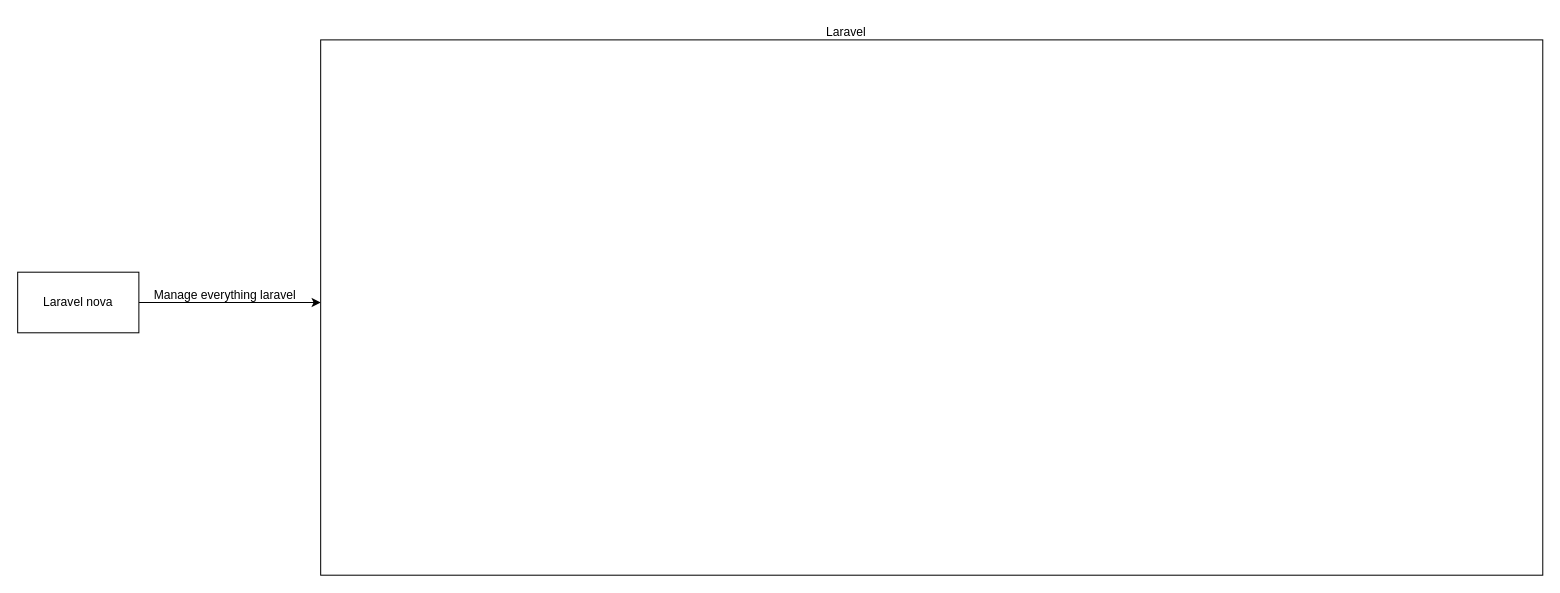
The draw.io diagram laravel_tech_stack.drawio in YSPlop/laravel-learning, before the edit. Source tidied: cells renumbered, new cells numbered last; positions are measured from the earlier drawing's top-left corner, leaving out a move shared by most shapes. Both pictures are drawn from the tidied source at 101%, with x=0, y=0 at pixel (17, 17).
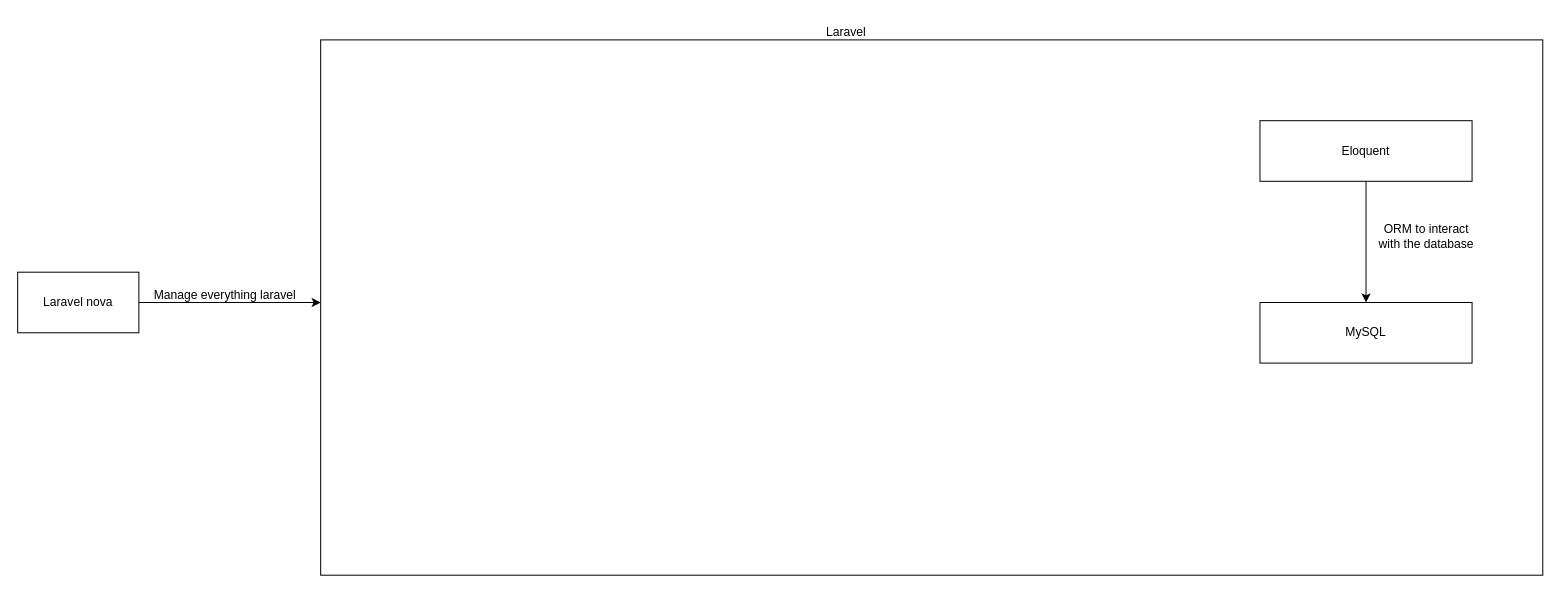
The same page after the edit.

The edit, as a diff of the source:
```diff
@@
 <mxGraphModel>
   <root>
     <mxCell id="0" />
     <mxCell id="1" parent="0" />
     <mxCell id="2" style="edgeStyle=orthogonalEdgeStyle;rounded=0;jettySize=auto;html=1;" parent="1" edge="1" source="3">
       <mxGeometry relative="1" as="geometry">
         <mxPoint x="300" y="282" as="targetPoint" />
       </mxGeometry>
     </mxCell>
     <mxCell id="3" value="Laravel nova" style="rounded=0;whiteSpace=wrap;html=1;" parent="1" vertex="1">
       <mxGeometry y="252" width="120" height="60" as="geometry" />
     </mxCell>
     <mxCell id="4" style="rounded=0;whiteSpace=wrap;html=1;fillColor=none;" parent="1" vertex="1">
       <mxGeometry x="300" y="22" width="1210" height="530" as="geometry" />
     </mxCell>
     <mxCell id="5" value="Manage everything laravel" style="text;html=1;align=center;verticalAlign=middle;strokeColor=none;fillColor=none;" parent="1" vertex="1">
       <mxGeometry x="125" y="260" width="160" height="30" as="geometry" />
     </mxCell>
     <mxCell id="6" value="Laravel" style="text;html=1;align=center;verticalAlign=middle;strokeColor=none;fillColor=none;" parent="1" vertex="1">
       <mxGeometry x="790" width="60" height="30" as="geometry" />
     </mxCell>
+    <mxCell id="7" style="edgeStyle=orthogonalEdgeStyle;rounded=0;jettySize=auto;html=1;" parent="1" edge="1" source="8" target="9">
+      <mxGeometry relative="1" as="geometry" />
+    </mxCell>
+    <mxCell id="8" value="Eloquent" style="rounded=0;whiteSpace=wrap;html=1;" parent="1" vertex="1">
+      <mxGeometry x="1230" y="102" width="210" height="60" as="geometry" />
+    </mxCell>
+    <mxCell id="9" value="MySQL" style="rounded=0;whiteSpace=wrap;html=1;" parent="1" vertex="1">
+      <mxGeometry x="1230" y="282" width="210" height="60" as="geometry" />
+    </mxCell>
+    <mxCell id="10" value="ORM to interact with the database" style="text;html=1;align=center;verticalAlign=middle;whiteSpace=wrap;rounded=0;" parent="1" vertex="1">
+      <mxGeometry x="1340" y="182" width="110" height="70" as="geometry" />
+    </mxCell>
   </root>
 </mxGraphModel>
```
